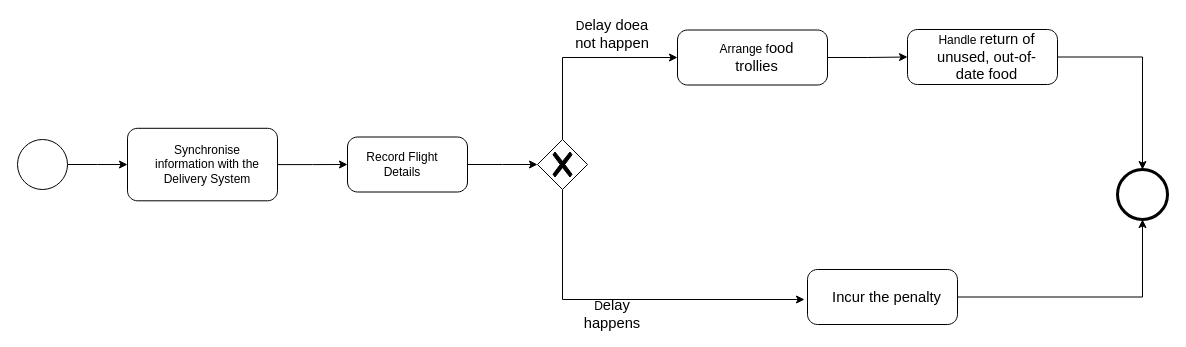
Before: Delivery system.drawio in zft666zft/ESA-Assignment, a draw.io diagram. Source tidied: cells renumbered, new cells numbered last; positions are measured from the earlier drawing's top-left corner, leaving out a move shared by most shapes. Both pictures are drawn from the tidied source at 100%, with x=0, y=0 at pixel (17, 19).
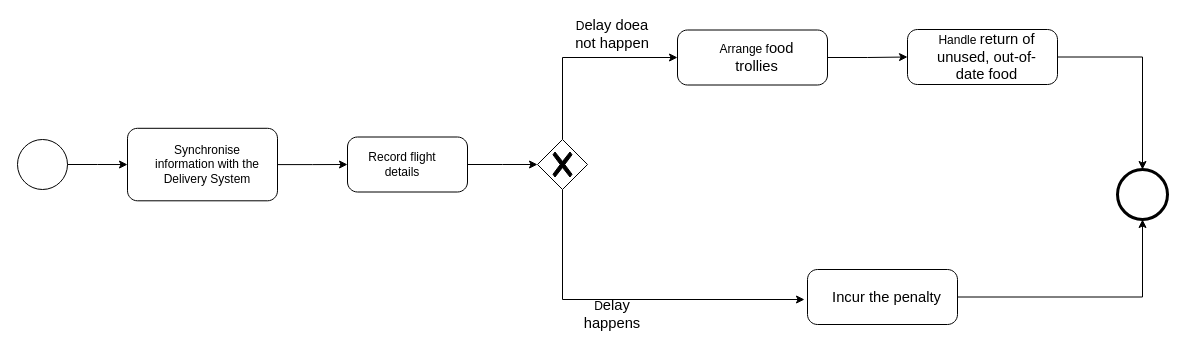
After the change.

Unchanged cells that the change refers to:
```xml
<mxCell id="7" style="points=[[0.25,0,0],[0.5,0,0],[0.75,0,0],[1,0.25,0],[1,0.5,0],[1,0.75,0],[0.75,1,0],[0.5,1,0],[0.25,1,0],[0,0.75,0],[0,0.5,0],[0,0.25,0]];shape=mxgraph.bpmn.task;whiteSpace=wrap;rectStyle=rounded;size=10;html=1;taskMarker=abstract;" parent="1" vertex="1">
  <mxGeometry x="330" y="117.5" width="120" height="55" as="geometry" />
</mxCell>
```

Diff of the diagram source:
```diff
@@
-    <mxCell id="8" value="Record Flight Details" style="text;html=1;align=center;verticalAlign=middle;whiteSpace=wrap;rounded=0;" parent="7" vertex="1">
+    <mxCell id="8" value="Record flight details" style="text;html=1;align=center;verticalAlign=middle;whiteSpace=wrap;rounded=0;" parent="7" vertex="1">
       <mxGeometry x="15" y="12.5" width="80" height="30" as="geometry" />
     </mxCell>
```
